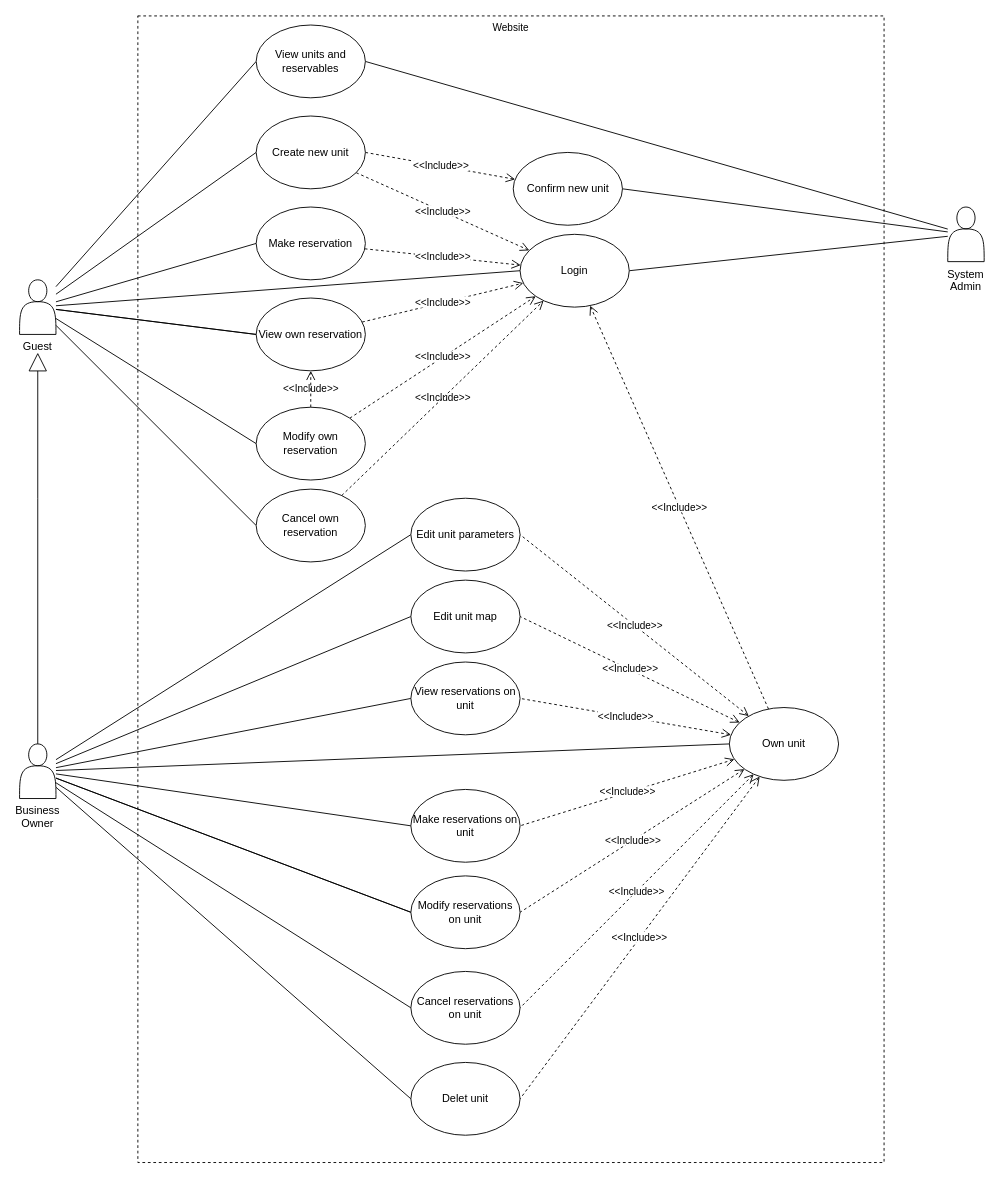
Earlier version of the draw.io diagram documentation/use_case_diagram.drawio (Bundologus/ELTE_fullstack_2022). Source tidied: cells renumbered, new cells numbered last; positions are measured from the earlier drawing's top-left corner, leaving out a move shared by most shapes. Both pictures are drawn from the tidied source at 91%, with x=0, y=0 at pixel (19, 15).
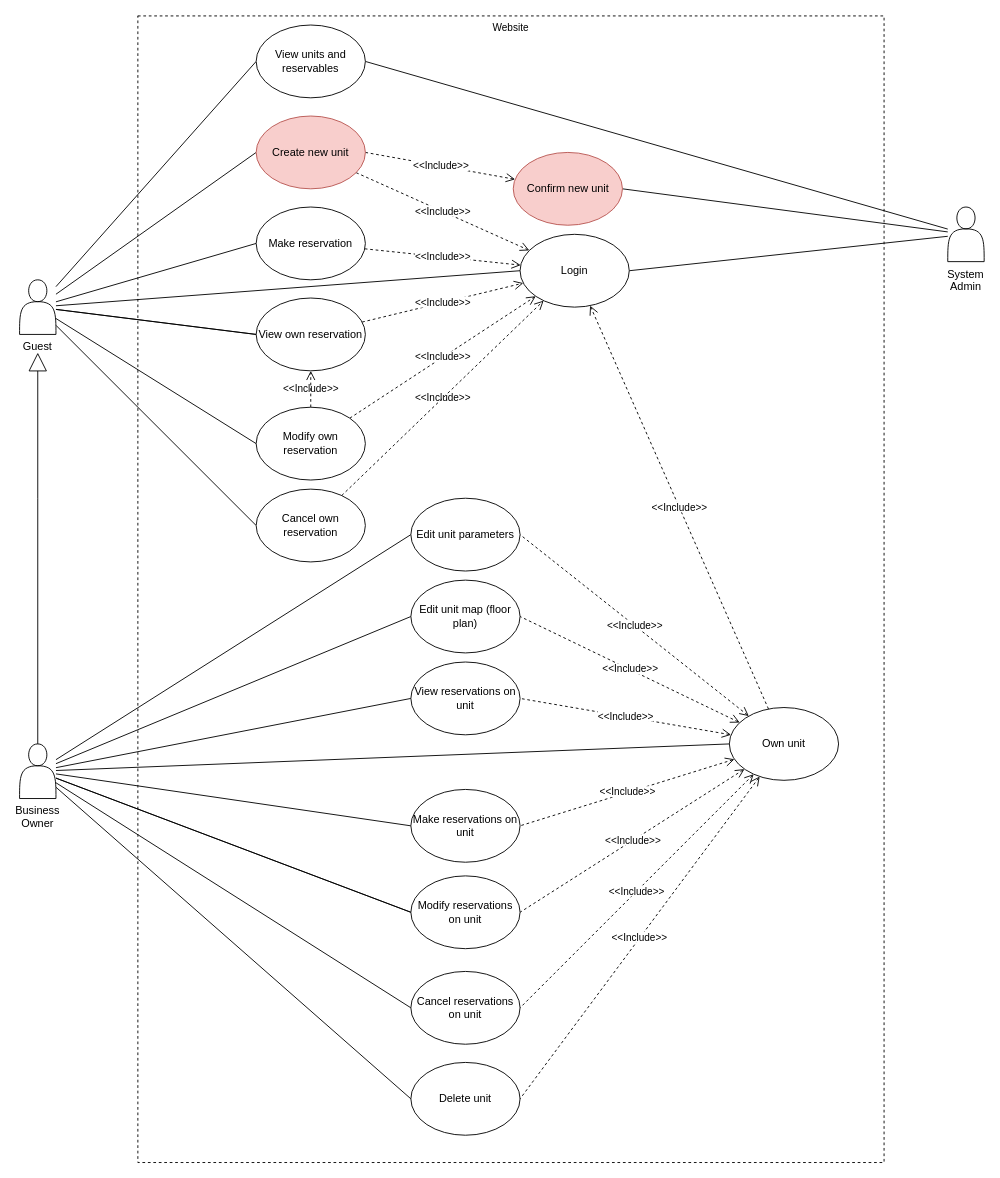
The same page after the edit.

What changed in the source:
```diff
@@
-    <mxCell id="29" value="Create new unit" style="ellipse;whiteSpace=wrap;html=1;" parent="1" vertex="1">
+    <mxCell id="29" value="Create new unit" style="ellipse;whiteSpace=wrap;html=1;fillColor=#f8cecc;strokeColor=#b85450;" parent="1" vertex="1">
       <mxGeometry x="260" y="110" width="120" height="80" as="geometry" />
     </mxCell>
-    <mxCell id="30" value="Confirm new unit" style="ellipse;whiteSpace=wrap;html=1;" parent="1" vertex="1">
+    <mxCell id="30" value="Confirm new unit" style="ellipse;whiteSpace=wrap;html=1;fillColor=#f8cecc;strokeColor=#b85450;" parent="1" vertex="1">
       <mxGeometry x="542.5" y="150" width="120" height="80" as="geometry" />
     </mxCell>
@@
-    <mxCell id="41" value="Edit unit map" style="ellipse;whiteSpace=wrap;html=1;" parent="1" vertex="1">
+    <mxCell id="41" value="Edit unit map (floor plan)" style="ellipse;whiteSpace=wrap;html=1;" parent="1" vertex="1">
       <mxGeometry x="430" y="620" width="120" height="80" as="geometry" />
     </mxCell>
@@
-    <mxCell id="43" value="Delet unit" style="ellipse;whiteSpace=wrap;html=1;" parent="1" vertex="1">
+    <mxCell id="43" value="Delete unit" style="ellipse;whiteSpace=wrap;html=1;" parent="1" vertex="1">
       <mxGeometry x="430" y="1150" width="120" height="80" as="geometry" />
     </mxCell>
```
